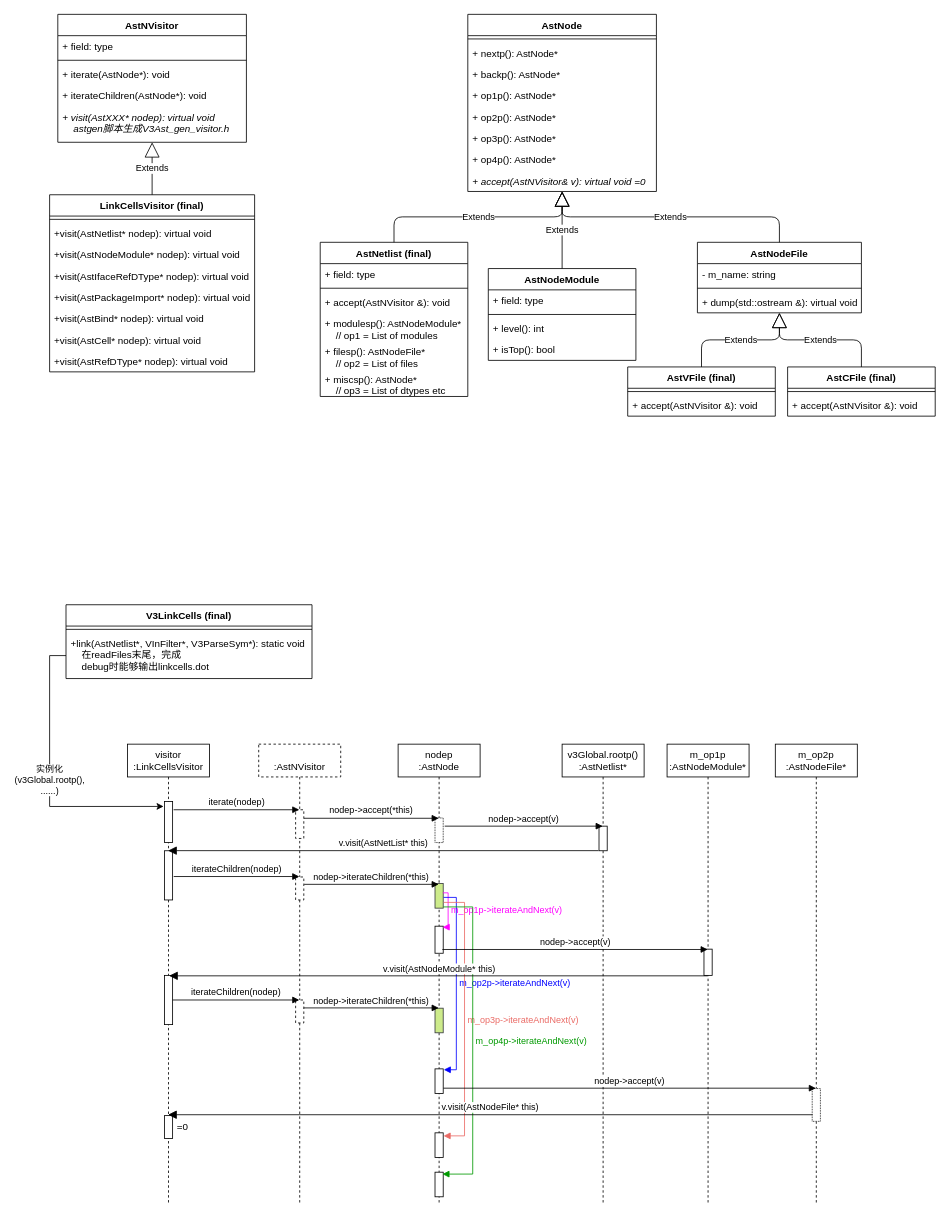
Dercury/CLDK keeps this draw.io diagram as verilator_digrams/V3LinkCells.drawio. Above is the earlier version. Source tidied: cells renumbered, new cells numbered last; positions are measured from the earlier drawing's top-left corner, leaving out a move shared by most shapes. Both pictures are drawn from the tidied source at 82%, with x=0, y=0 at pixel (49, 14).
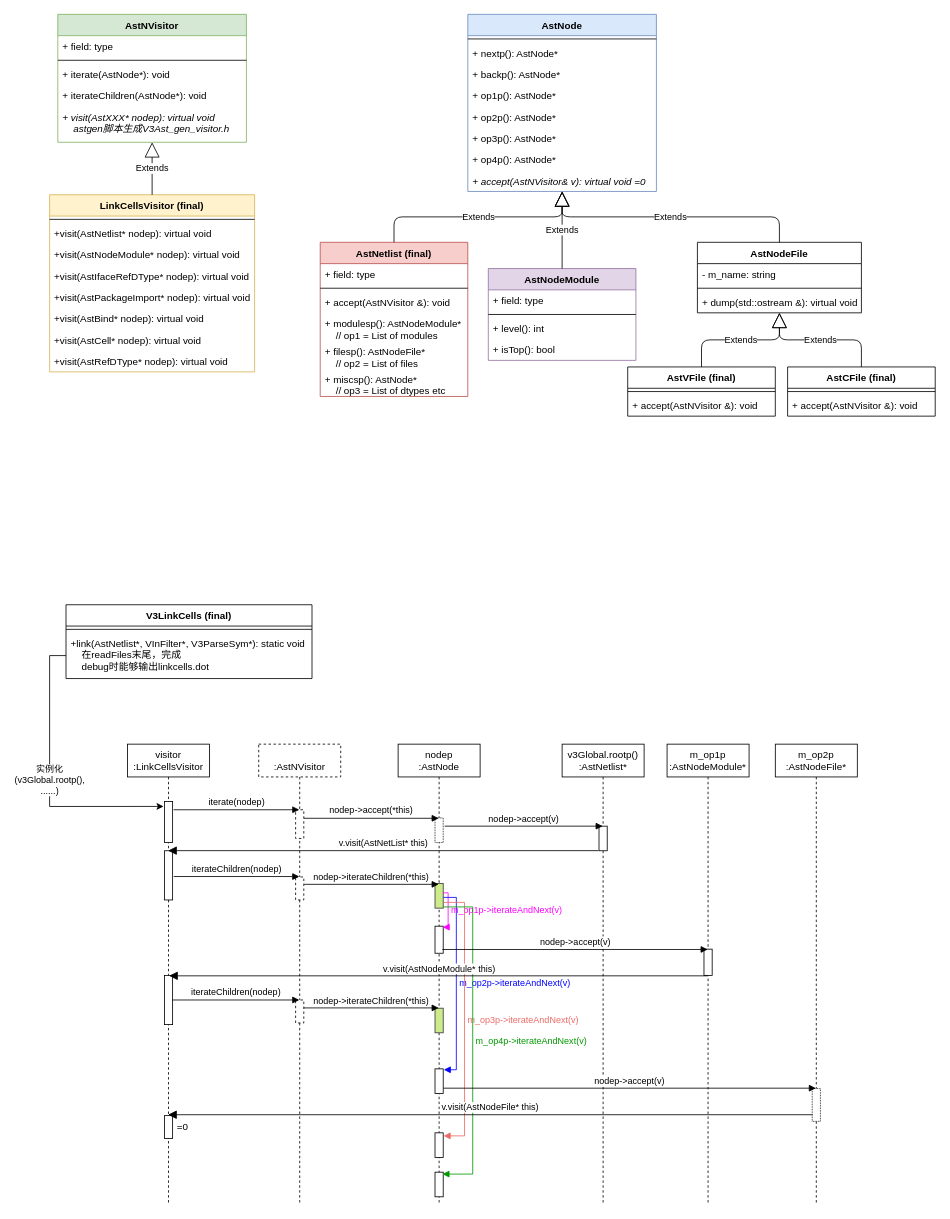
After the change.

Change to the diagram source:
```diff
@@
-    <mxCell id="12" value="LinkCellsVisitor (final)" style="swimlane;fontStyle=1;align=center;verticalAlign=top;horizontal=1;startSize=26;" parent="1" vertex="1">
+    <mxCell id="12" value="LinkCellsVisitor (final)" style="swimlane;fontStyle=1;align=center;verticalAlign=top;horizontal=1;startSize=26;fillColor=#fff2cc;strokeColor=#d6b656;" parent="1" vertex="1">
       <mxGeometry y="220" width="250" height="216" as="geometry" />
     </mxCell>
@@
-    <mxCell id="21" value="AstNVisitor" style="swimlane;fontStyle=1;align=center;verticalAlign=top;horizontal=1;startSize=26;" parent="1" vertex="1">
+    <mxCell id="21" value="AstNVisitor" style="swimlane;fontStyle=1;align=center;verticalAlign=top;horizontal=1;startSize=26;fillColor=#d5e8d4;strokeColor=#82b366;" parent="1" vertex="1">
       <mxGeometry x="10" width="230" height="156" as="geometry" />
     </mxCell>
@@
-    <mxCell id="50" value="AstNetlist (final)" style="swimlane;fontStyle=1;align=center;verticalAlign=top;horizontal=1;startSize=26;" parent="1" vertex="1">
+    <mxCell id="50" value="AstNetlist (final)" style="swimlane;fontStyle=1;align=center;verticalAlign=top;horizontal=1;startSize=26;fillColor=#f8cecc;strokeColor=#b85450;" parent="1" vertex="1">
       <mxGeometry x="330" y="278" width="180" height="188" as="geometry" />
     </mxCell>
@@
-    <mxCell id="57" value="AstNode" style="swimlane;fontStyle=1;align=center;verticalAlign=top;horizontal=1;startSize=26;" parent="1" vertex="1">
+    <mxCell id="57" value="AstNode" style="swimlane;fontStyle=1;align=center;verticalAlign=top;horizontal=1;startSize=26;fillColor=#dae8fc;strokeColor=#6c8ebf;" parent="1" vertex="1">
       <mxGeometry x="510" width="230" height="216" as="geometry" />
     </mxCell>
@@
-    <mxCell id="92" value="AstNodeModule" style="swimlane;fontStyle=1;align=center;verticalAlign=top;horizontal=1;startSize=26;" parent="1" vertex="1">
+    <mxCell id="92" value="AstNodeModule" style="swimlane;fontStyle=1;align=center;verticalAlign=top;horizontal=1;startSize=26;fillColor=#e1d5e7;strokeColor=#9673a6;" parent="1" vertex="1">
       <mxGeometry x="535" y="310" width="180" height="112" as="geometry" />
     </mxCell>
```
